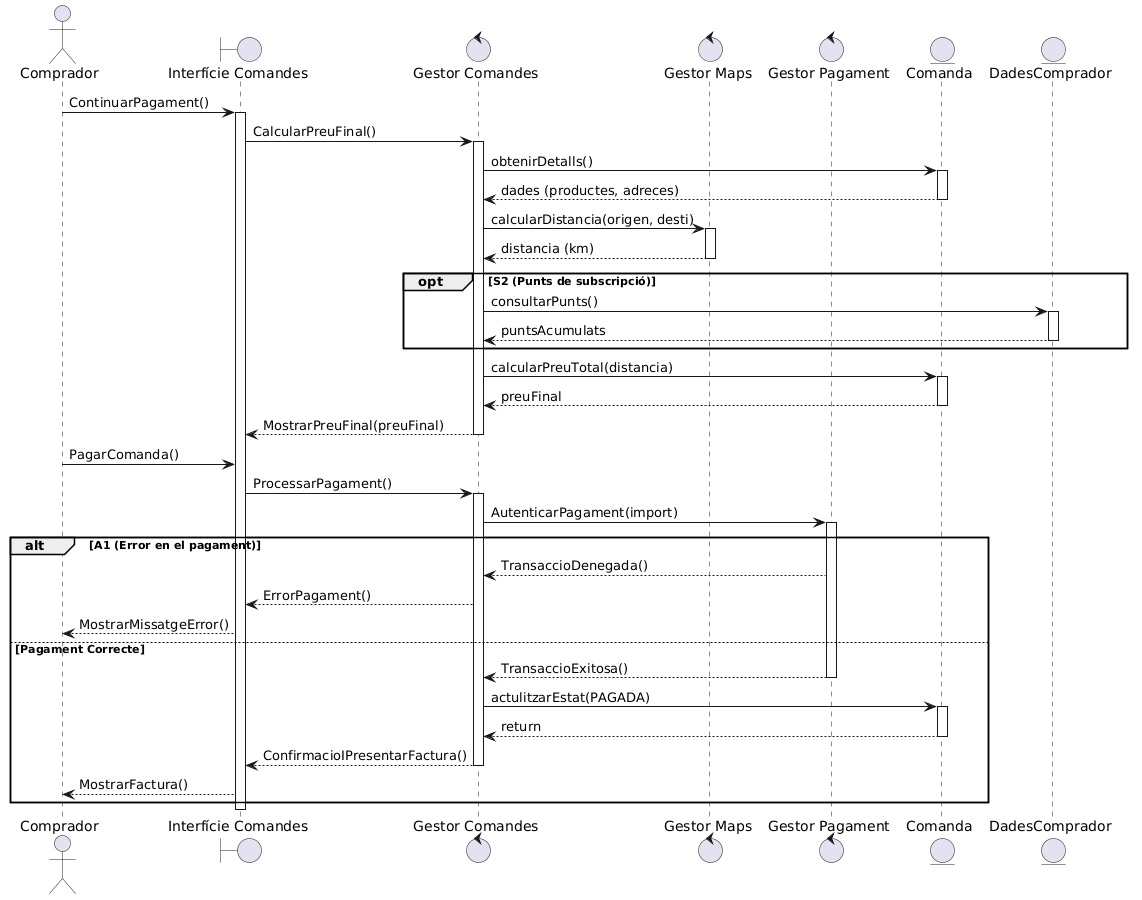
Above: documents/diagrames_seq/DS-Pagar_Comanda.png in PauGarciaRuiz/ES26UAB-431-07 (PlantUML), before the change.
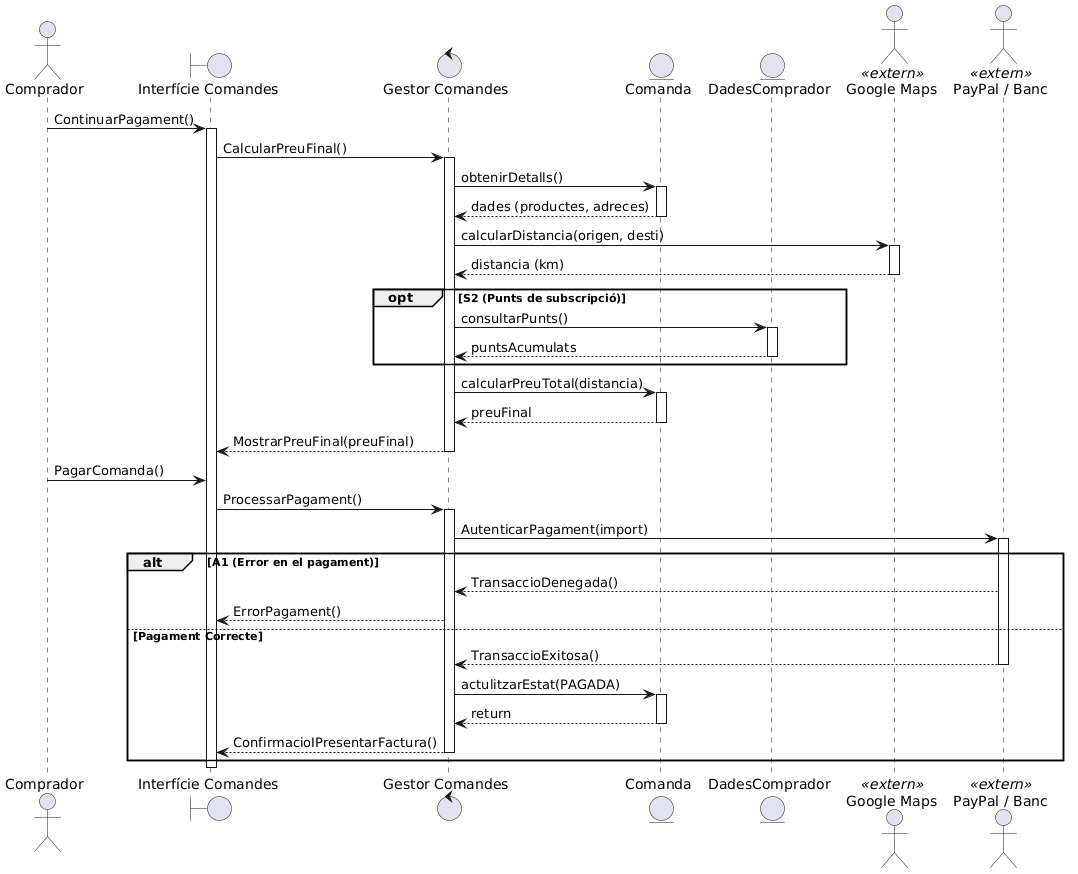
After the change.

Change to the diagram source:
```diff
@@ -2,10 +2,10 @@
 actor Comprador
 boundary "Interfície Comandes"
 control "Gestor Comandes"
-control "Gestor Maps"
-control "Gestor Pagament"
 entity Comanda
 entity DadesComprador
+actor "Google Maps" <<extern>>
+actor "PayPal / Banc" <<extern>>
 
 Comprador -> "Interfície Comandes" : ContinuarPagament()
 activate "Interfície Comandes"
@@ -18,10 +18,10 @@
 Comanda --> "Gestor Comandes" : dades (productes, adreces)
 deactivate Comanda
 
-"Gestor Comandes" -> "Gestor Maps" : calcularDistancia(origen, desti)
-activate "Gestor Maps"
-"Gestor Maps" --> "Gestor Comandes" : distancia (km)
-deactivate "Gestor Maps"
+"Gestor Comandes" -> "Google Maps" : calcularDistancia(origen, desti)
+activate "Google Maps"
+"Google Maps" --> "Gestor Comandes" : distancia (km)
+deactivate "Google Maps"
 
 opt S2 (Punts de subscripció)
     "Gestor Comandes" -> DadesComprador : consultarPunts()
@@ -43,16 +43,15 @@
 "Interfície Comandes" -> "Gestor Comandes" : ProcessarPagament()
 activate "Gestor Comandes"
 
-"Gestor Comandes" -> "Gestor Pagament" : AutenticarPagament(import)
-activate "Gestor Pagament"
+"Gestor Comandes" -> "PayPal / Banc" : AutenticarPagament(import)
+activate "PayPal / Banc"
 
 alt A1 (Error en el pagament)
-    "Gestor Pagament" --> "Gestor Comandes" : TransaccioDenegada()
+    "PayPal / Banc" --> "Gestor Comandes" : TransaccioDenegada()
     "Gestor Comandes" --> "Interfície Comandes" : ErrorPagament()
-    "Interfície Comandes" --> Comprador : MostrarMissatgeError()
 else Pagament Correcte
-    "Gestor Pagament" --> "Gestor Comandes" : TransaccioExitosa()
-    deactivate "Gestor Pagament"
+    "PayPal / Banc" --> "Gestor Comandes" : TransaccioExitosa()
+    deactivate "PayPal / Banc"
 
     "Gestor Comandes" -> Comanda : actulitzarEstat(PAGADA)
     activate Comanda
@@ -61,8 +60,6 @@
 
     "Gestor Comandes" --> "Interfície Comandes" : ConfirmacioIPresentarFactura()
     deactivate "Gestor Comandes"
-
-    "Interfície Comandes" --> Comprador : MostrarFactura()
 end
 
 deactivate "Interfície Comandes"
```
